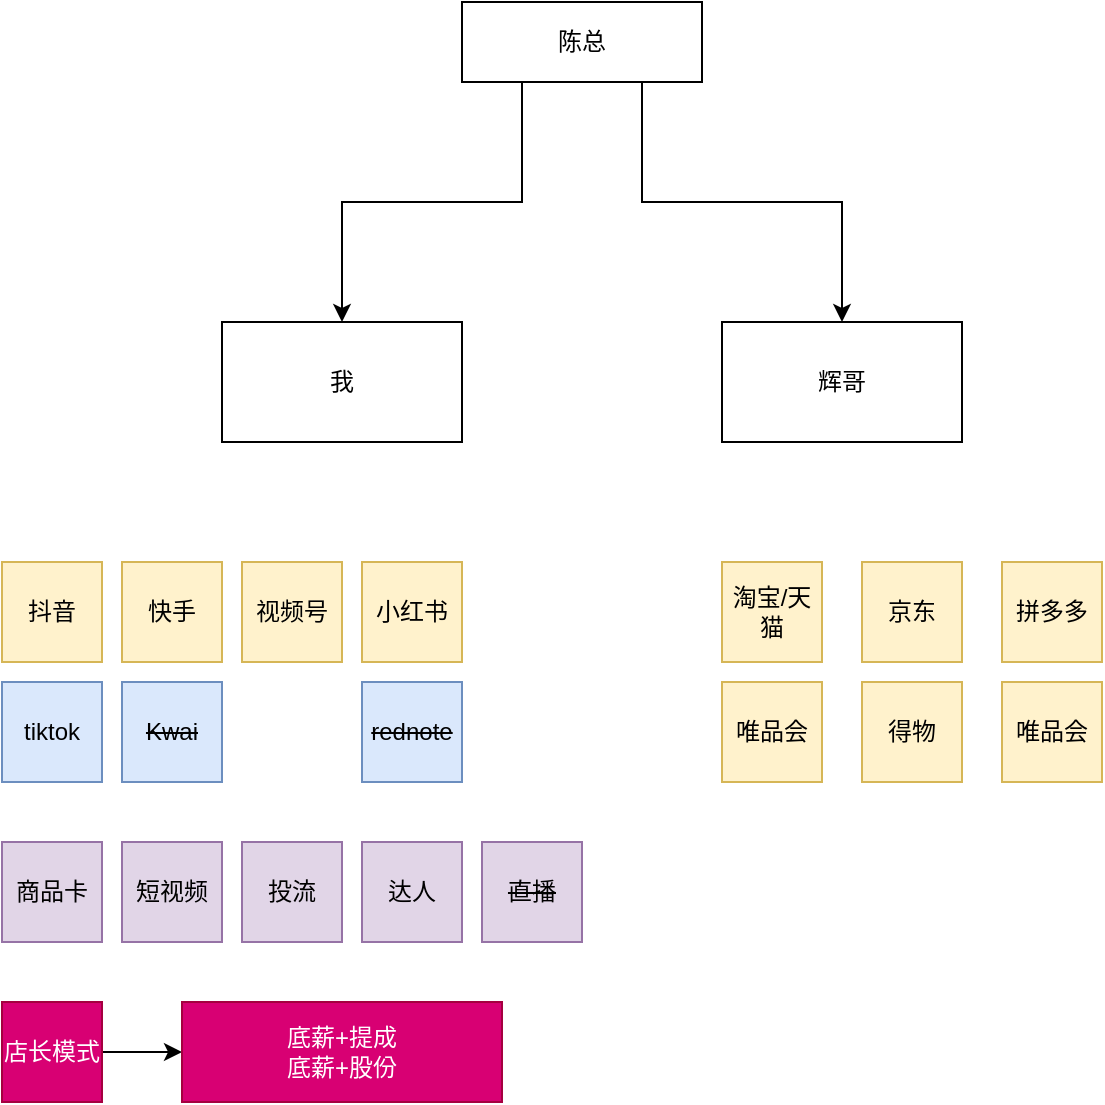
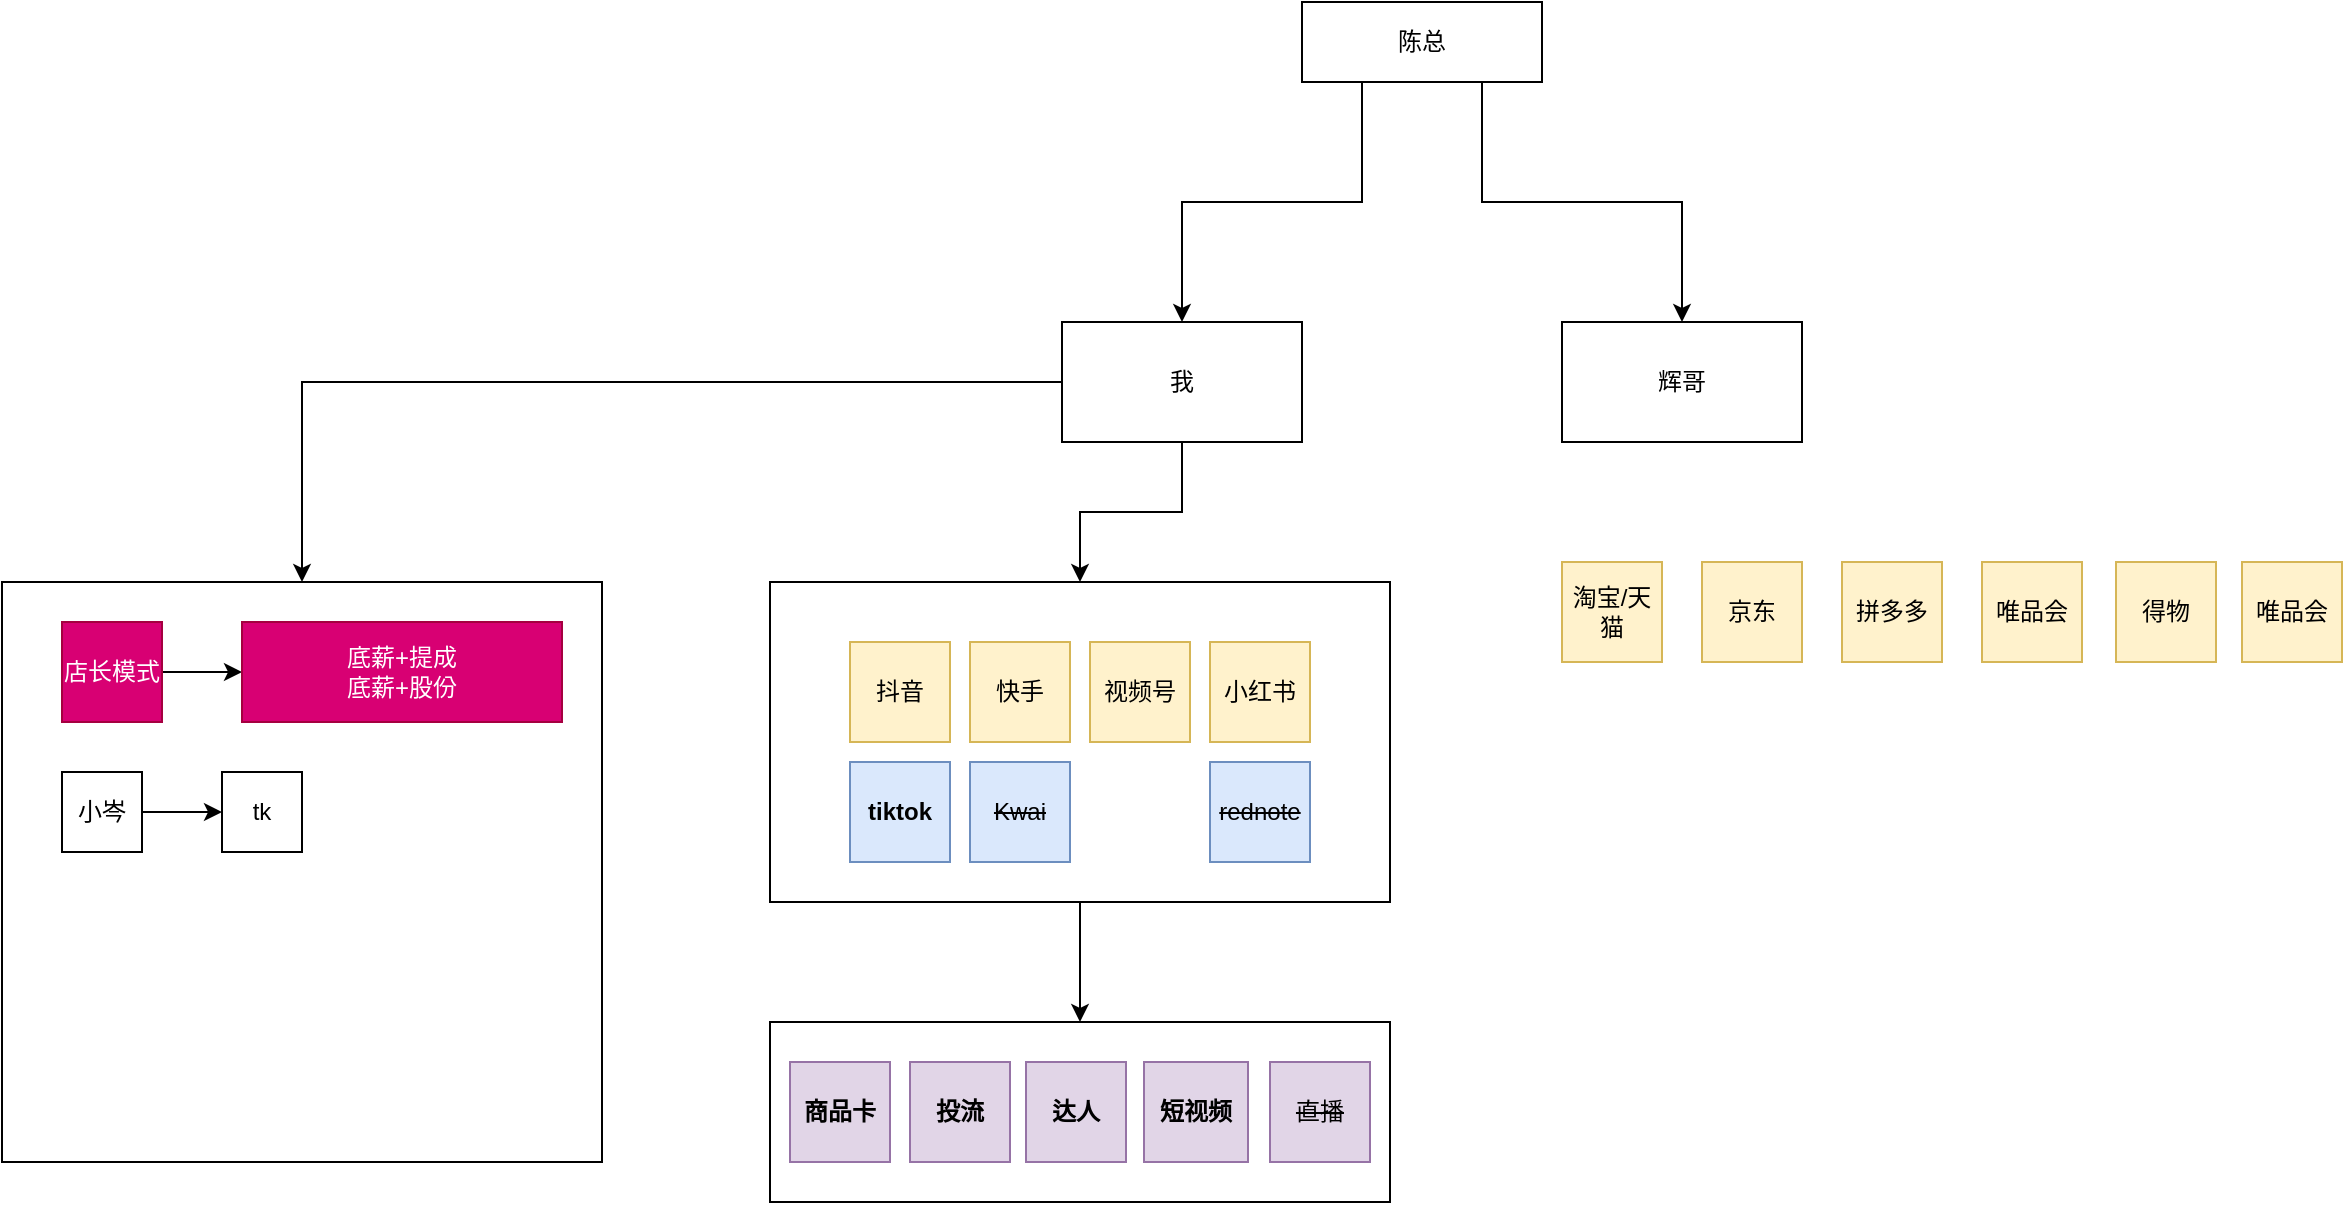
<mxfile host="app.diagrams.net">
  <diagram name="第 1 页" id="GTtvttoZAneKB4uyEYNI">
-     <mxGraphModel dx="984" dy="652" grid="1" gridSize="10" guides="1" tooltips="1" connect="1" arrows="1" fold="1" page="1" pageScale="1" pageWidth="827" pageHeight="1169" math="0" shadow="0">
+     <mxGraphModel dx="1359" dy="352" grid="1" gridSize="10" guides="1" tooltips="1" connect="1" arrows="1" fold="1" page="1" pageScale="1" pageWidth="827" pageHeight="1169" math="0" shadow="0">
      <root>
        <mxCell id="0" />
        <mxCell id="1" parent="0" />
+         <mxCell id="rCYAp-m1ELarMByrjn5k-11" parent="1" style="rounded=0;whiteSpace=wrap;html=1;" value="" vertex="1">
+           <mxGeometry height="290" width="300" x="-280" y="430" as="geometry" />
+         </mxCell>
+         <mxCell id="rCYAp-m1ELarMByrjn5k-7" edge="1" parent="1" source="rCYAp-m1ELarMByrjn5k-5" style="edgeStyle=orthogonalEdgeStyle;rounded=0;orthogonalLoop=1;jettySize=auto;html=1;exitX=0.5;exitY=1;exitDx=0;exitDy=0;entryX=0.5;entryY=0;entryDx=0;entryDy=0;" target="rCYAp-m1ELarMByrjn5k-6">
+           <mxGeometry relative="1" as="geometry" />
+         </mxCell>
+         <mxCell id="rCYAp-m1ELarMByrjn5k-8" edge="1" parent="1" source="_EOlN6vvF664AqaNGLxs-1" style="edgeStyle=orthogonalEdgeStyle;rounded=0;orthogonalLoop=1;jettySize=auto;html=1;exitX=0.5;exitY=1;exitDx=0;exitDy=0;entryX=0.5;entryY=0;entryDx=0;entryDy=0;" target="rCYAp-m1ELarMByrjn5k-5">
+           <mxGeometry relative="1" as="geometry" />
+         </mxCell>
+         <mxCell id="rCYAp-m1ELarMByrjn5k-16" edge="1" parent="1" source="_EOlN6vvF664AqaNGLxs-1" style="edgeStyle=orthogonalEdgeStyle;rounded=0;orthogonalLoop=1;jettySize=auto;html=1;exitX=0;exitY=0.5;exitDx=0;exitDy=0;entryX=0.5;entryY=0;entryDx=0;entryDy=0;" target="rCYAp-m1ELarMByrjn5k-11">
+           <mxGeometry relative="1" as="geometry" />
+         </mxCell>
        <mxCell id="_EOlN6vvF664AqaNGLxs-1" parent="1" style="rounded=0;whiteSpace=wrap;html=1;" value="我" vertex="1">
          <mxGeometry height="60" width="120" x="250" y="300" as="geometry" />
        </mxCell>
        <mxCell id="_EOlN6vvF664AqaNGLxs-9" edge="1" parent="1" source="_EOlN6vvF664AqaNGLxs-5" style="edgeStyle=orthogonalEdgeStyle;rounded=0;orthogonalLoop=1;jettySize=auto;html=1;exitX=0.75;exitY=1;exitDx=0;exitDy=0;entryX=0.5;entryY=0;entryDx=0;entryDy=0;" target="_EOlN6vvF664AqaNGLxs-6">
          <mxGeometry relative="1" as="geometry" />
        </mxCell>
        <mxCell id="_EOlN6vvF664AqaNGLxs-13" edge="1" parent="1" source="_EOlN6vvF664AqaNGLxs-5" style="edgeStyle=orthogonalEdgeStyle;rounded=0;orthogonalLoop=1;jettySize=auto;html=1;exitX=0.25;exitY=1;exitDx=0;exitDy=0;entryX=0.5;entryY=0;entryDx=0;entryDy=0;" target="_EOlN6vvF664AqaNGLxs-1">
          <mxGeometry relative="1" as="geometry" />
        </mxCell>
        <mxCell id="_EOlN6vvF664AqaNGLxs-5" parent="1" style="whiteSpace=wrap;html=1;" value="陈总" vertex="1">
          <mxGeometry height="40" width="120" x="370" y="140" as="geometry" />
        </mxCell>
        <mxCell id="_EOlN6vvF664AqaNGLxs-6" parent="1" style="whiteSpace=wrap;html=1;" value="辉哥" vertex="1">
          <mxGeometry height="60" width="120" x="500" y="300" as="geometry" />
        </mxCell>
-         <mxCell id="_EOlN6vvF664AqaNGLxs-16" parent="1" style="whiteSpace=wrap;html=1;fillColor=#dae8fc;strokeColor=#6c8ebf;" value="tiktok" vertex="1">
-           <mxGeometry height="50" width="50" x="140" y="480" as="geometry" />
-         </mxCell>
-         <mxCell id="_EOlN6vvF664AqaNGLxs-19" parent="1" style="whiteSpace=wrap;html=1;fillColor=#fff2cc;strokeColor=#d6b656;" value="抖音" vertex="1">
-           <mxGeometry height="50" width="50" x="140" y="420" as="geometry" />
-         </mxCell>
-         <mxCell id="_EOlN6vvF664AqaNGLxs-20" parent="1" style="whiteSpace=wrap;html=1;fillColor=#fff2cc;strokeColor=#d6b656;" value="快手" vertex="1">
-           <mxGeometry height="50" width="50" x="200" y="420" as="geometry" />
-         </mxCell>
-         <mxCell id="_EOlN6vvF664AqaNGLxs-21" parent="1" style="whiteSpace=wrap;html=1;fillColor=#fff2cc;strokeColor=#d6b656;" value="视频号" vertex="1">
-           <mxGeometry height="50" width="50" x="260" y="420" as="geometry" />
-         </mxCell>
-         <mxCell id="_EOlN6vvF664AqaNGLxs-24" parent="1" style="whiteSpace=wrap;html=1;fillColor=#fff2cc;strokeColor=#d6b656;" value="小红书" vertex="1">
-           <mxGeometry height="50" width="50" x="320" y="420" as="geometry" />
-         </mxCell>
-         <mxCell id="_EOlN6vvF664AqaNGLxs-26" parent="1" style="whiteSpace=wrap;html=1;fillColor=#dae8fc;strokeColor=#6c8ebf;" value="&lt;strike&gt;Kwai&lt;/strike&gt;" vertex="1">
-           <mxGeometry height="50" width="50" x="200" y="480" as="geometry" />
-         </mxCell>
-         <mxCell id="_EOlN6vvF664AqaNGLxs-27" parent="1" style="whiteSpace=wrap;html=1;fillColor=#dae8fc;strokeColor=#6c8ebf;" value="&lt;strike&gt;rednote&lt;/strike&gt;" vertex="1">
-           <mxGeometry height="50" width="50" x="320" y="480" as="geometry" />
-         </mxCell>
        <mxCell id="_EOlN6vvF664AqaNGLxs-28" parent="1" style="whiteSpace=wrap;html=1;fillColor=#fff2cc;strokeColor=#d6b656;" value="淘宝/天猫" vertex="1">
          <mxGeometry height="50" width="50" x="500" y="420" as="geometry" />
        </mxCell>
        <mxCell id="_EOlN6vvF664AqaNGLxs-29" parent="1" style="whiteSpace=wrap;html=1;fillColor=#fff2cc;strokeColor=#d6b656;" value="京东" vertex="1">
          <mxGeometry height="50" width="50" x="570" y="420" as="geometry" />
        </mxCell>
        <mxCell id="_EOlN6vvF664AqaNGLxs-30" parent="1" style="whiteSpace=wrap;html=1;fillColor=#fff2cc;strokeColor=#d6b656;" value="拼多多" vertex="1">
          <mxGeometry height="50" width="50" x="640" y="420" as="geometry" />
        </mxCell>
        <mxCell id="_EOlN6vvF664AqaNGLxs-31" parent="1" style="whiteSpace=wrap;html=1;fillColor=#fff2cc;strokeColor=#d6b656;" value="得物" vertex="1">
-           <mxGeometry height="50" width="50" x="570" y="480" as="geometry" />
+           <mxGeometry height="50" width="50" x="777" y="420" as="geometry" />
        </mxCell>
        <mxCell id="_EOlN6vvF664AqaNGLxs-32" parent="1" style="whiteSpace=wrap;html=1;fillColor=#fff2cc;strokeColor=#d6b656;" value="唯品会" vertex="1">
-           <mxGeometry height="50" width="50" x="640" y="480" as="geometry" />
+           <mxGeometry height="50" width="50" x="840" y="420" as="geometry" />
        </mxCell>
        <mxCell id="_EOlN6vvF664AqaNGLxs-33" parent="1" style="whiteSpace=wrap;html=1;fillColor=#fff2cc;strokeColor=#d6b656;" value="唯品会" vertex="1">
-           <mxGeometry height="50" width="50" x="500" y="480" as="geometry" />
-         </mxCell>
-         <mxCell id="_EOlN6vvF664AqaNGLxs-34" parent="1" style="whiteSpace=wrap;html=1;fillColor=#e1d5e7;strokeColor=#9673a6;" value="商品卡" vertex="1">
-           <mxGeometry height="50" width="50" x="140" y="560" as="geometry" />
-         </mxCell>
-         <mxCell id="_EOlN6vvF664AqaNGLxs-35" parent="1" style="whiteSpace=wrap;html=1;fillColor=#e1d5e7;strokeColor=#9673a6;" value="短视频" vertex="1">
-           <mxGeometry height="50" width="50" x="200" y="560" as="geometry" />
-         </mxCell>
-         <mxCell id="_EOlN6vvF664AqaNGLxs-36" parent="1" style="whiteSpace=wrap;html=1;fillColor=#e1d5e7;strokeColor=#9673a6;" value="达人" vertex="1">
-           <mxGeometry height="50" width="50" x="320" y="560" as="geometry" />
-         </mxCell>
-         <mxCell id="_EOlN6vvF664AqaNGLxs-37" parent="1" style="whiteSpace=wrap;html=1;fillColor=#e1d5e7;strokeColor=#9673a6;" value="&lt;strike&gt;直播&lt;/strike&gt;" vertex="1">
-           <mxGeometry height="50" width="50" x="380" y="560" as="geometry" />
-         </mxCell>
-         <mxCell id="_EOlN6vvF664AqaNGLxs-38" parent="1" style="whiteSpace=wrap;html=1;fillColor=#e1d5e7;strokeColor=#9673a6;" value="投流" vertex="1">
-           <mxGeometry height="50" width="50" x="260" y="560" as="geometry" />
+           <mxGeometry height="50" width="50" x="710" y="420" as="geometry" />
        </mxCell>
        <mxCell id="_EOlN6vvF664AqaNGLxs-41" edge="1" parent="1" source="_EOlN6vvF664AqaNGLxs-39" style="edgeStyle=orthogonalEdgeStyle;rounded=0;orthogonalLoop=1;jettySize=auto;html=1;" target="_EOlN6vvF664AqaNGLxs-40" value="">
          <mxGeometry relative="1" as="geometry" />
        </mxCell>
        <mxCell id="_EOlN6vvF664AqaNGLxs-39" parent="1" style="whiteSpace=wrap;html=1;fillColor=#d80073;strokeColor=#A50040;fontColor=#ffffff;" value="店长模式" vertex="1">
-           <mxGeometry height="50" width="50" x="140" y="640" as="geometry" />
+           <mxGeometry height="50" width="50" x="-250" y="450" as="geometry" />
        </mxCell>
        <mxCell id="_EOlN6vvF664AqaNGLxs-40" parent="1" style="whiteSpace=wrap;html=1;fillColor=#d80073;strokeColor=#A50040;fontColor=#ffffff;" value="底薪+提成&lt;br&gt;底薪+股份" vertex="1">
-           <mxGeometry height="50" width="160" x="230" y="640" as="geometry" />
+           <mxGeometry height="50" width="160" x="-160" y="450" as="geometry" />
+         </mxCell>
+         <mxCell id="rCYAp-m1ELarMByrjn5k-9" connectable="0" parent="1" style="group" value="" vertex="1">
+           <mxGeometry height="90" width="310" x="104" y="650" as="geometry" />
+         </mxCell>
+         <mxCell id="rCYAp-m1ELarMByrjn5k-6" parent="rCYAp-m1ELarMByrjn5k-9" style="rounded=0;whiteSpace=wrap;html=1;" value="" vertex="1">
+           <mxGeometry height="90" width="310" as="geometry" />
+         </mxCell>
+         <mxCell id="_EOlN6vvF664AqaNGLxs-34" parent="rCYAp-m1ELarMByrjn5k-9" style="whiteSpace=wrap;html=1;fillColor=#e1d5e7;strokeColor=#9673a6;fontStyle=1" value="商品卡" vertex="1">
+           <mxGeometry height="50" width="50" x="10" y="20" as="geometry" />
+         </mxCell>
+         <mxCell id="_EOlN6vvF664AqaNGLxs-35" parent="rCYAp-m1ELarMByrjn5k-9" style="whiteSpace=wrap;html=1;fillColor=#e1d5e7;strokeColor=#9673a6;fontStyle=1" value="短视频" vertex="1">
+           <mxGeometry height="50" width="52" x="187" y="20" as="geometry" />
+         </mxCell>
+         <mxCell id="_EOlN6vvF664AqaNGLxs-36" parent="rCYAp-m1ELarMByrjn5k-9" style="whiteSpace=wrap;html=1;fillColor=#e1d5e7;strokeColor=#9673a6;fontStyle=1" value="达人" vertex="1">
+           <mxGeometry height="50" width="50" x="128" y="20" as="geometry" />
+         </mxCell>
+         <mxCell id="_EOlN6vvF664AqaNGLxs-37" parent="rCYAp-m1ELarMByrjn5k-9" style="whiteSpace=wrap;html=1;fillColor=#e1d5e7;strokeColor=#9673a6;" value="&lt;strike&gt;直播&lt;/strike&gt;" vertex="1">
+           <mxGeometry height="50" width="50" x="250" y="20" as="geometry" />
+         </mxCell>
+         <mxCell id="_EOlN6vvF664AqaNGLxs-38" parent="rCYAp-m1ELarMByrjn5k-9" style="whiteSpace=wrap;html=1;fillColor=#e1d5e7;strokeColor=#9673a6;fontStyle=1" value="投流" vertex="1">
+           <mxGeometry height="50" width="50" x="70" y="20" as="geometry" />
+         </mxCell>
+         <mxCell id="rCYAp-m1ELarMByrjn5k-10" connectable="0" parent="1" style="group" value="" vertex="1">
+           <mxGeometry height="160" width="310" x="104" y="430" as="geometry" />
+         </mxCell>
+         <mxCell id="rCYAp-m1ELarMByrjn5k-5" parent="rCYAp-m1ELarMByrjn5k-10" style="rounded=0;whiteSpace=wrap;html=1;" value="" vertex="1">
+           <mxGeometry height="160" width="310" as="geometry" />
+         </mxCell>
+         <mxCell id="_EOlN6vvF664AqaNGLxs-16" parent="rCYAp-m1ELarMByrjn5k-10" style="whiteSpace=wrap;html=1;fillColor=#dae8fc;strokeColor=#6c8ebf;" value="&lt;b&gt;tiktok&lt;/b&gt;" vertex="1">
+           <mxGeometry height="50" width="50" x="40" y="90" as="geometry" />
+         </mxCell>
+         <mxCell id="_EOlN6vvF664AqaNGLxs-19" parent="rCYAp-m1ELarMByrjn5k-10" style="whiteSpace=wrap;html=1;fillColor=#fff2cc;strokeColor=#d6b656;" value="抖音" vertex="1">
+           <mxGeometry height="50" width="50" x="40" y="30" as="geometry" />
+         </mxCell>
+         <mxCell id="_EOlN6vvF664AqaNGLxs-20" parent="rCYAp-m1ELarMByrjn5k-10" style="whiteSpace=wrap;html=1;fillColor=#fff2cc;strokeColor=#d6b656;" value="快手" vertex="1">
+           <mxGeometry height="50" width="50" x="100" y="30" as="geometry" />
+         </mxCell>
+         <mxCell id="_EOlN6vvF664AqaNGLxs-21" parent="rCYAp-m1ELarMByrjn5k-10" style="whiteSpace=wrap;html=1;fillColor=#fff2cc;strokeColor=#d6b656;" value="视频号" vertex="1">
+           <mxGeometry height="50" width="50" x="160" y="30" as="geometry" />
+         </mxCell>
+         <mxCell id="_EOlN6vvF664AqaNGLxs-24" parent="rCYAp-m1ELarMByrjn5k-10" style="whiteSpace=wrap;html=1;fillColor=#fff2cc;strokeColor=#d6b656;" value="小红书" vertex="1">
+           <mxGeometry height="50" width="50" x="220" y="30" as="geometry" />
+         </mxCell>
+         <mxCell id="_EOlN6vvF664AqaNGLxs-26" parent="rCYAp-m1ELarMByrjn5k-10" style="whiteSpace=wrap;html=1;fillColor=#dae8fc;strokeColor=#6c8ebf;" value="&lt;strike&gt;Kwai&lt;/strike&gt;" vertex="1">
+           <mxGeometry height="50" width="50" x="100" y="90" as="geometry" />
+         </mxCell>
+         <mxCell id="_EOlN6vvF664AqaNGLxs-27" parent="rCYAp-m1ELarMByrjn5k-10" style="whiteSpace=wrap;html=1;fillColor=#dae8fc;strokeColor=#6c8ebf;" value="&lt;strike&gt;rednote&lt;/strike&gt;" vertex="1">
+           <mxGeometry height="50" width="50" x="220" y="90" as="geometry" />
+         </mxCell>
+         <mxCell id="rCYAp-m1ELarMByrjn5k-15" edge="1" parent="1" source="rCYAp-m1ELarMByrjn5k-13" style="edgeStyle=orthogonalEdgeStyle;rounded=0;orthogonalLoop=1;jettySize=auto;html=1;" target="rCYAp-m1ELarMByrjn5k-14" value="">
+           <mxGeometry relative="1" as="geometry" />
+         </mxCell>
+         <mxCell id="rCYAp-m1ELarMByrjn5k-13" parent="1" style="rounded=0;whiteSpace=wrap;html=1;" value="小岑" vertex="1">
+           <mxGeometry height="40" width="40" x="-250" y="525" as="geometry" />
+         </mxCell>
+         <mxCell id="rCYAp-m1ELarMByrjn5k-14" parent="1" style="whiteSpace=wrap;html=1;rounded=0;" value="tk" vertex="1">
+           <mxGeometry height="40" width="40" x="-170" y="525" as="geometry" />
        </mxCell>
      </root>
    </mxGraphModel>
  </diagram>
</mxfile>
